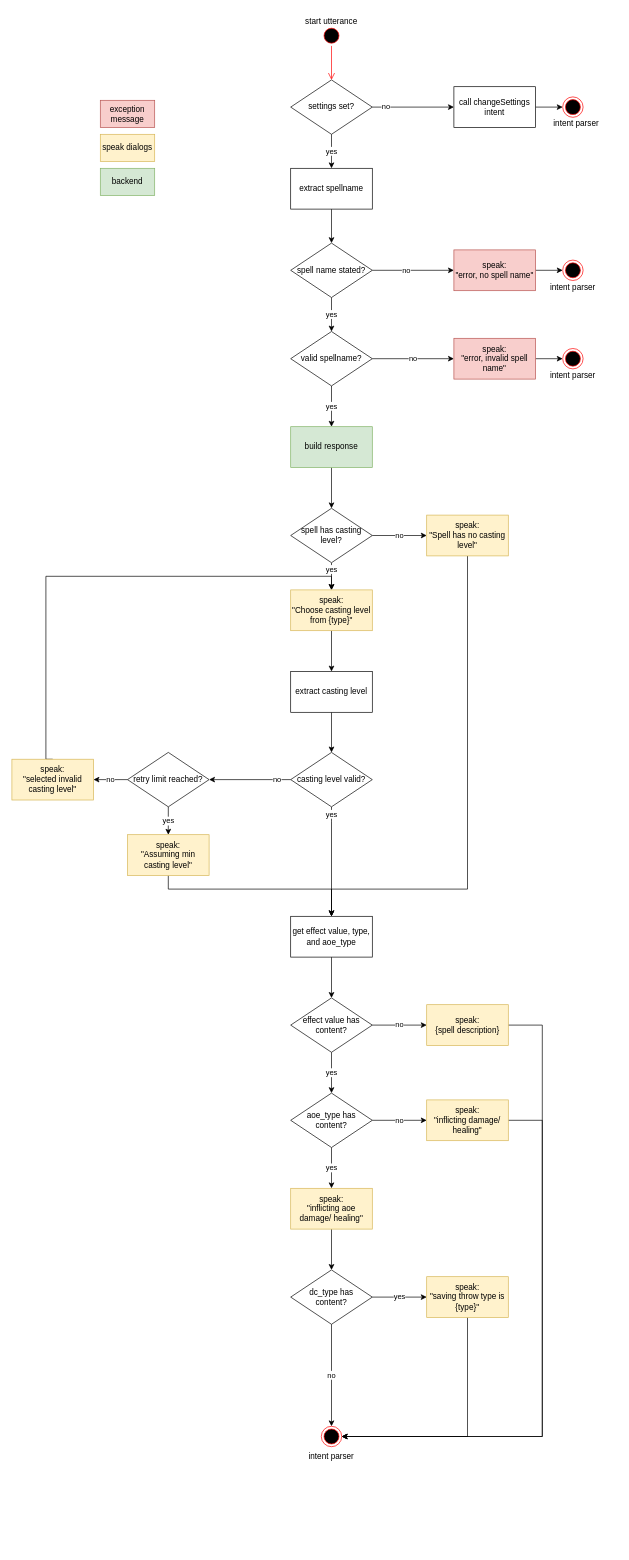
This is doc/activityDiagram/invokeCastingAssistant.drawio from Linyeir/spellcastmanager-skill, a draw.io file, before an edit. Source tidied: cells renumbered, new cells numbered last; positions are measured from the earlier drawing's top-left corner, leaving out a move shared by most shapes. Both pictures are drawn from the tidied source at 68%, with x=0, y=0 at pixel (12, 12).
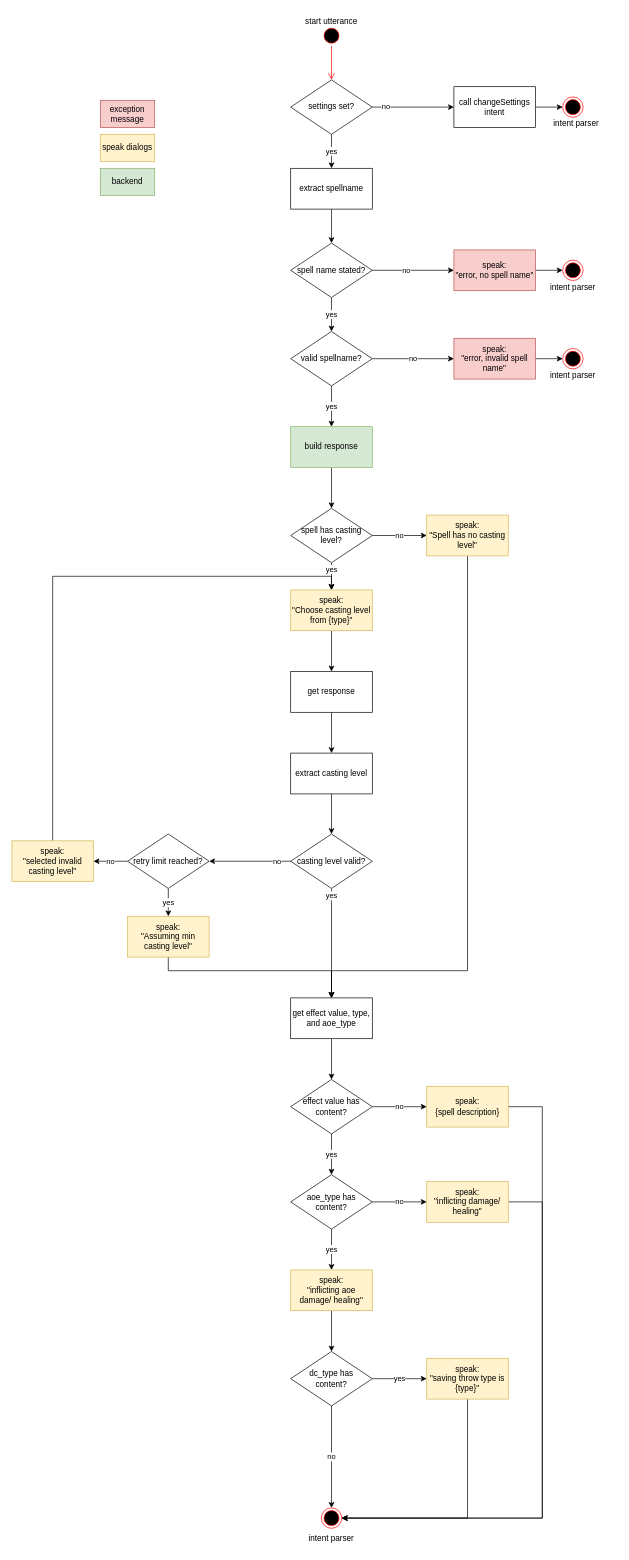
Above is the later version.

Unchanged cells that the change refers to:
```xml
<mxCell id="41" value="speak:&lt;br&gt;&quot;Spell has no casting level&quot;" style="rounded=0;whiteSpace=wrap;html=1;fillColor=#fff2cc;strokeColor=#d6b656;" parent="1" vertex="1">
  <mxGeometry x="610" y="740" width="120" height="60" as="geometry" />
</mxCell>
<mxCell id="43" value="speak:&lt;br&gt;&quot;Choose casting level from {type}&quot;" style="rounded=0;whiteSpace=wrap;html=1;fillColor=#fff2cc;strokeColor=#d6b656;" parent="1" vertex="1">
  <mxGeometry x="410" y="850" width="120" height="60" as="geometry" />
</mxCell>
```

Change to the diagram source:
```diff
@@
     <mxCell id="15" value="intent parser" style="text;html=1;strokeColor=none;fillColor=none;align=center;verticalAlign=middle;whiteSpace=wrap;rounded=0;" parent="1" vertex="1">
-      <mxGeometry x="410" y="2110" width="120" height="30" as="geometry" />
+      <mxGeometry x="410" y="2230" width="120" height="30" as="geometry" />
     </mxCell>
@@
     <mxCell id="35" value="extract casting level" style="rounded=0;whiteSpace=wrap;html=1;" parent="1" vertex="1">
-      <mxGeometry x="410" y="970" width="120" height="60" as="geometry" />
+      <mxGeometry x="410" y="1090" width="120" height="60" as="geometry" />
     </mxCell>
@@
     <mxCell id="39" style="edgeStyle=orthogonalEdgeStyle;rounded=0;jettySize=auto;html=1;exitX=0.5;exitY=1;exitDx=0;exitDy=0;entryX=0.5;entryY=0;entryDx=0;entryDy=0;" parent="1" edge="1" target="55">
       <mxGeometry relative="1" as="geometry">
-        <mxPoint x="470" y="1350" as="sourcePoint" />
+        <mxPoint x="470" y="1470" as="sourcePoint" />
       </mxGeometry>
     </mxCell>
     <mxCell id="40" style="edgeStyle=orthogonalEdgeStyle;rounded=0;jettySize=auto;html=1;exitX=0.5;exitY=1;exitDx=0;exitDy=0;entryX=0.5;entryY=0;entryDx=0;entryDy=0;" parent="1" edge="1" source="41" target="55">
       <mxGeometry relative="1" as="geometry">
         <Array as="points">
-          <mxPoint x="670" y="1290" />
-          <mxPoint x="470" y="1290" />
+          <mxPoint x="670" y="1410" />
+          <mxPoint x="470" y="1410" />
         </Array>
       </mxGeometry>
     </mxCell>
@@
-    <mxCell id="42" style="edgeStyle=orthogonalEdgeStyle;rounded=0;jettySize=auto;html=1;entryX=0.5;entryY=0;entryDx=0;entryDy=0;" parent="1" edge="1" source="43" target="35">
+    <mxCell id="42" style="edgeStyle=orthogonalEdgeStyle;rounded=0;jettySize=auto;html=1;entryX=0.5;entryY=0;entryDx=0;entryDy=0;startArrow=none;" parent="1" edge="1" source="75" target="35">
       <mxGeometry relative="1" as="geometry" />
     </mxCell>
+    <mxCell id="74" style="edgeStyle=orthogonalEdgeStyle;rounded=0;jettySize=auto;html=1;" parent="1" edge="1" source="43" target="75">
+      <mxGeometry relative="1" as="geometry" />
+    </mxCell>
@@
     <mxCell id="45" value="yes" style="edgeStyle=orthogonalEdgeStyle;rounded=0;jettySize=auto;html=1;exitX=0.5;exitY=1;exitDx=0;exitDy=0;entryX=0.5;entryY=0;entryDx=0;entryDy=0;" parent="1" edge="1" source="46" target="55">
       <mxGeometry x="-0.86" relative="1" as="geometry">
         <Array as="points">
-          <mxPoint x="470" y="1190" />
-          <mxPoint x="470" y="1190" />
+          <mxPoint x="470" y="1310" />
+          <mxPoint x="470" y="1310" />
         </Array>
       </mxGeometry>
     </mxCell>
     <mxCell id="46" value="casting level valid?" style="rhombus;whiteSpace=wrap;html=1;" parent="1" vertex="1">
-      <mxGeometry x="410" y="1089" width="120" height="80" as="geometry" />
+      <mxGeometry x="410" y="1209" width="120" height="80" as="geometry" />
     </mxCell>
@@
     <mxCell id="49" value="retry limit reached?" style="rhombus;whiteSpace=wrap;html=1;" parent="1" vertex="1">
-      <mxGeometry x="170" y="1089" width="120" height="80" as="geometry" />
+      <mxGeometry x="170" y="1209" width="120" height="80" as="geometry" />
     </mxCell>
     <mxCell id="50" style="edgeStyle=orthogonalEdgeStyle;rounded=0;jettySize=auto;html=1;exitX=0.5;exitY=0;exitDx=0;exitDy=0;entryX=0.5;entryY=0;entryDx=0;entryDy=0;" parent="1" edge="1" source="51" target="43">
       <mxGeometry relative="1" as="geometry">
         <Array as="points">
-          <mxPoint x="50" y="1099" />
-          <mxPoint x="50" y="830" />
+          <mxPoint x="60" y="830" />
           <mxPoint x="470" y="830" />
         </Array>
       </mxGeometry>
     </mxCell>
     <mxCell id="51" value="speak:&lt;br&gt;&quot;selected invalid casting level&quot;" style="rounded=0;whiteSpace=wrap;html=1;fillColor=#fff2cc;strokeColor=#d6b656;" parent="1" vertex="1">
-      <mxGeometry y="1099" width="120" height="60" as="geometry" />
+      <mxGeometry y="1219" width="120" height="60" as="geometry" />
     </mxCell>
     <mxCell id="52" style="edgeStyle=orthogonalEdgeStyle;rounded=0;jettySize=auto;html=1;exitX=0.5;exitY=1;exitDx=0;exitDy=0;entryX=0.5;entryY=0;entryDx=0;entryDy=0;" parent="1" edge="1" source="53" target="55">
       <mxGeometry relative="1" as="geometry">
         <Array as="points">
-          <mxPoint x="230" y="1290" />
-          <mxPoint x="470" y="1290" />
+          <mxPoint x="230" y="1410" />
+          <mxPoint x="470" y="1410" />
         </Array>
       </mxGeometry>
     </mxCell>
     <mxCell id="53" value="speak:&lt;br&gt;&quot;Assuming min casting level&quot;" style="rounded=0;whiteSpace=wrap;html=1;fillColor=#fff2cc;strokeColor=#d6b656;" parent="1" vertex="1">
-      <mxGeometry x="170" y="1210" width="120" height="60" as="geometry" />
+      <mxGeometry x="170" y="1330" width="120" height="60" as="geometry" />
     </mxCell>
@@
     <mxCell id="55" value="get effect value, type, and aoe_type" style="rounded=0;whiteSpace=wrap;html=1;" parent="1" vertex="1">
-      <mxGeometry x="410" y="1330" width="120" height="60" as="geometry" />
+      <mxGeometry x="410" y="1450" width="120" height="60" as="geometry" />
     </mxCell>
@@
     <mxCell id="58" value="effect value has content?" style="rhombus;whiteSpace=wrap;html=1;" parent="1" vertex="1">
-      <mxGeometry x="410" y="1450" width="120" height="80" as="geometry" />
+      <mxGeometry x="410" y="1570" width="120" height="80" as="geometry" />
     </mxCell>
     <mxCell id="59" style="edgeStyle=orthogonalEdgeStyle;rounded=0;jettySize=auto;html=1;exitX=1;exitY=0.5;exitDx=0;exitDy=0;entryX=1;entryY=0.5;entryDx=0;entryDy=0;" parent="1" edge="1" source="60" target="73">
       <mxGeometry relative="1" as="geometry">
         <Array as="points">
-          <mxPoint x="780" y="1490" />
-          <mxPoint x="780" y="2095" />
+          <mxPoint x="780" y="1610" />
+          <mxPoint x="780" y="2215" />
         </Array>
       </mxGeometry>
     </mxCell>
     <mxCell id="60" value="speak:&lt;br&gt;{spell description}" style="rounded=0;whiteSpace=wrap;html=1;fillColor=#fff2cc;strokeColor=#d6b656;" parent="1" vertex="1">
-      <mxGeometry x="610" y="1460" width="120" height="60" as="geometry" />
+      <mxGeometry x="610" y="1580" width="120" height="60" as="geometry" />
     </mxCell>
@@
     <mxCell id="63" value="aoe_type has content?" style="rhombus;whiteSpace=wrap;html=1;" parent="1" vertex="1">
-      <mxGeometry x="410" y="1590" width="120" height="80" as="geometry" />
+      <mxGeometry x="410" y="1710" width="120" height="80" as="geometry" />
     </mxCell>
     <mxCell id="64" style="edgeStyle=orthogonalEdgeStyle;rounded=0;jettySize=auto;html=1;exitX=1;exitY=0.5;exitDx=0;exitDy=0;entryX=1;entryY=0.5;entryDx=0;entryDy=0;" parent="1" edge="1" source="65" target="73">
       <mxGeometry relative="1" as="geometry">
         <Array as="points">
-          <mxPoint x="780" y="1630" />
-          <mxPoint x="780" y="2095" />
+          <mxPoint x="780" y="1750" />
+          <mxPoint x="780" y="2215" />
         </Array>
       </mxGeometry>
     </mxCell>
     <mxCell id="65" value="speak:&lt;br&gt;&quot;inflicting damage/ healing&quot;" style="rounded=0;whiteSpace=wrap;html=1;fillColor=#fff2cc;strokeColor=#d6b656;" parent="1" vertex="1">
-      <mxGeometry x="610" y="1600" width="120" height="60" as="geometry" />
+      <mxGeometry x="610" y="1720" width="120" height="60" as="geometry" />
     </mxCell>
@@
     <mxCell id="67" value="speak:&lt;br&gt;&quot;inflicting aoe damage/ healing&quot;" style="rounded=0;whiteSpace=wrap;html=1;fillColor=#fff2cc;strokeColor=#d6b656;" parent="1" vertex="1">
-      <mxGeometry x="410" y="1730" width="120" height="60" as="geometry" />
+      <mxGeometry x="410" y="1850" width="120" height="60" as="geometry" />
     </mxCell>
@@
     <mxCell id="70" value="dc_type has &lt;br&gt;content?" style="rhombus;whiteSpace=wrap;html=1;" parent="1" vertex="1">
-      <mxGeometry x="410" y="1850" width="120" height="80" as="geometry" />
+      <mxGeometry x="410" y="1970" width="120" height="80" as="geometry" />
     </mxCell>
@@
     <mxCell id="72" value="speak:&lt;br&gt;&quot;saving throw type is {type}&quot;" style="rounded=0;whiteSpace=wrap;html=1;fillColor=#fff2cc;strokeColor=#d6b656;" parent="1" vertex="1">
-      <mxGeometry x="610" y="1860" width="120" height="60" as="geometry" />
+      <mxGeometry x="610" y="1980" width="120" height="60" as="geometry" />
     </mxCell>
     <mxCell id="73" style="ellipse;html=1;shape=endState;fillColor=#000000;strokeColor=#ff0000;" parent="1" vertex="1">
-      <mxGeometry x="455" y="2080" width="30" height="30" as="geometry" />
+      <mxGeometry x="455" y="2200" width="30" height="30" as="geometry" />
     </mxCell>
+    <mxCell id="75" value="get response" style="rounded=0;whiteSpace=wrap;html=1;" parent="1" vertex="1">
+      <mxGeometry x="410" y="970" width="120" height="60" as="geometry" />
+    </mxCell>
```
